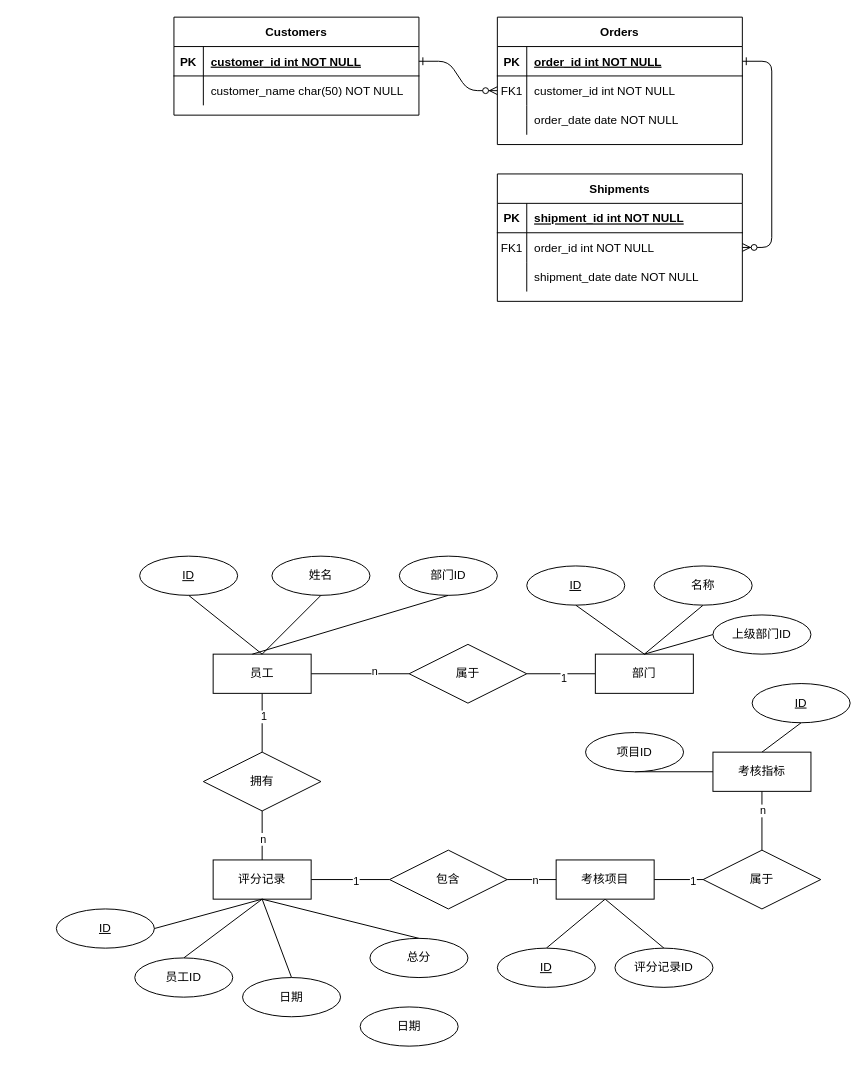
Earlier version of the draw.io diagram 未命名绘图.drawio (jcohy/drawio). Source tidied: cells renumbered, new cells numbered last; positions are measured from the earlier drawing's top-left corner, leaving out a move shared by most shapes. Both pictures are drawn from the tidied source at 98%, with x=0, y=0 at pixel (56, 17).
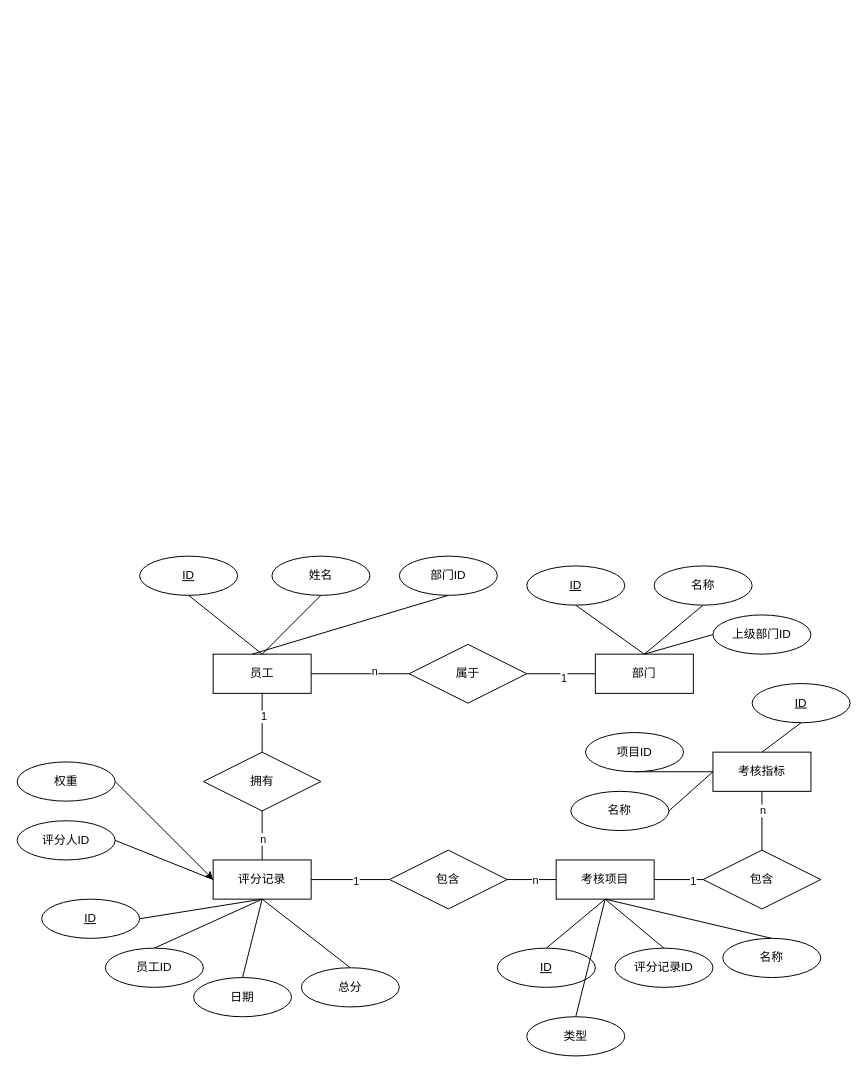
The same diagram, later.

Commit message (it also covers changes not shown here):
更新未命名绘图.drawio

Unchanged cells that the change refers to:
```xml
<mxCell id="44" value="评分记录" style="whiteSpace=wrap;html=1;align=center;" parent="1" vertex="1">
  <mxGeometry x="160" y="860" width="100" height="40" as="geometry" />
</mxCell>
<mxCell id="47" value="考核指标" style="whiteSpace=wrap;html=1;align=center;" parent="1" vertex="1">
  <mxGeometry x="670" y="750" width="100" height="40" as="geometry" />
</mxCell>
<mxCell id="65" value="考核项目" style="whiteSpace=wrap;html=1;align=center;" parent="1" vertex="1">
  <mxGeometry x="510" y="860" width="100" height="40" as="geometry" />
</mxCell>
```

Change to the diagram source:
```diff
@@
-    <mxCell id="2" style="edgeStyle=entityRelationEdgeStyle;endArrow=ERzeroToMany;startArrow=ERone;endFill=1;startFill=0;" parent="1" edge="1" source="25" target="8">
-      <mxGeometry relative="1" as="geometry" />
-    </mxCell>
-    <mxCell id="3" style="edgeStyle=entityRelationEdgeStyle;endArrow=ERzeroToMany;startArrow=ERone;endFill=1;startFill=0;" parent="1" edge="1" source="5" target="18">
-      <mxGeometry relative="1" as="geometry" />
-    </mxCell>
-    <mxCell id="4" value="Orders" style="shape=table;startSize=30;childLayout=tableLayout;rowLines=0;fontStyle=1;align=center;" parent="1" vertex="1">
-      <mxGeometry x="450" width="250" height="130" as="geometry" />
-    </mxCell>
-    <mxCell id="5" style="shape=partialRectangle;fillColor=none;points=[[0,0.5],[1,0.5]];portConstraint=eastwest;top=0;left=0;right=0;bottom=1;" parent="4" vertex="1">
-      <mxGeometry y="30" width="250" height="30" as="geometry" />
-    </mxCell>
-    <mxCell id="6" value="PK" style="shape=partialRectangle;overflow=hidden;fillColor=none;top=0;left=0;bottom=0;right=0;fontStyle=1;" parent="5" vertex="1">
-      <mxGeometry width="30" height="30" as="geometry" />
-    </mxCell>
-    <mxCell id="7" value="order_id int NOT NULL " style="shape=partialRectangle;overflow=hidden;fillColor=none;top=0;left=0;bottom=0;right=0;align=left;spacingLeft=6;fontStyle=5;" parent="5" vertex="1">
-      <mxGeometry x="30" width="220" height="30" as="geometry" />
-    </mxCell>
-    <mxCell id="8" style="shape=partialRectangle;fillColor=none;points=[[0,0.5],[1,0.5]];portConstraint=eastwest;top=0;left=0;right=0;bottom=0;" parent="4" vertex="1">
-      <mxGeometry y="60" width="250" height="30" as="geometry" />
-    </mxCell>
-    <mxCell id="9" value="FK1" style="shape=partialRectangle;overflow=hidden;fillColor=none;top=0;left=0;bottom=0;right=0;" parent="8" vertex="1">
-      <mxGeometry width="30" height="30" as="geometry" />
-    </mxCell>
-    <mxCell id="10" value="customer_id int NOT NULL" style="shape=partialRectangle;overflow=hidden;fillColor=none;top=0;left=0;bottom=0;right=0;align=left;spacingLeft=6;" parent="8" vertex="1">
-      <mxGeometry x="30" width="220" height="30" as="geometry" />
-    </mxCell>
-    <mxCell id="11" style="shape=partialRectangle;fillColor=none;top=0;left=0;right=0;bottom=0;" parent="4" vertex="1">
-      <mxGeometry y="90" width="250" height="30" as="geometry" />
-    </mxCell>
-    <mxCell id="12" style="shape=partialRectangle;overflow=hidden;fillColor=none;top=0;left=0;bottom=0;right=0;" parent="11" vertex="1">
-      <mxGeometry width="30" height="30" as="geometry" />
-    </mxCell>
-    <mxCell id="13" value="order_date date NOT NULL" style="shape=partialRectangle;overflow=hidden;fillColor=none;top=0;left=0;bottom=0;right=0;align=left;spacingLeft=6;" parent="11" vertex="1">
-      <mxGeometry x="30" width="220" height="30" as="geometry" />
-    </mxCell>
-    <mxCell id="14" value="Shipments" style="shape=table;startSize=30;childLayout=tableLayout;rowLines=0;fontStyle=1;align=center;" parent="1" vertex="1">
-      <mxGeometry x="450" y="160" width="250" height="130" as="geometry" />
-    </mxCell>
-    <mxCell id="15" style="shape=partialRectangle;fillColor=none;top=0;left=0;right=0;bottom=1;" parent="14" vertex="1">
-      <mxGeometry y="30" width="250" height="30" as="geometry" />
-    </mxCell>
-    <mxCell id="16" value="PK" style="shape=partialRectangle;overflow=hidden;fillColor=none;top=0;left=0;bottom=0;right=0;fontStyle=1;" parent="15" vertex="1">
-      <mxGeometry width="30" height="30" as="geometry" />
-    </mxCell>
-    <mxCell id="17" value="shipment_id int NOT NULL " style="shape=partialRectangle;overflow=hidden;fillColor=none;top=0;left=0;bottom=0;right=0;align=left;spacingLeft=6;fontStyle=5;" parent="15" vertex="1">
-      <mxGeometry x="30" width="220" height="30" as="geometry" />
-    </mxCell>
-    <mxCell id="18" style="shape=partialRectangle;fillColor=none;points=[[0,0.5],[1,0.5]];portConstraint=eastwest;top=0;left=0;right=0;bottom=0;" parent="14" vertex="1">
-      <mxGeometry y="60" width="250" height="30" as="geometry" />
-    </mxCell>
-    <mxCell id="19" value="FK1" style="shape=partialRectangle;overflow=hidden;fillColor=none;top=0;left=0;bottom=0;right=0;" parent="18" vertex="1">
-      <mxGeometry width="30" height="30" as="geometry" />
-    </mxCell>
-    <mxCell id="20" value="order_id int NOT NULL" style="shape=partialRectangle;overflow=hidden;fillColor=none;top=0;left=0;bottom=0;right=0;align=left;spacingLeft=6;" parent="18" vertex="1">
-      <mxGeometry x="30" width="220" height="30" as="geometry" />
-    </mxCell>
-    <mxCell id="21" style="shape=partialRectangle;fillColor=none;top=0;left=0;right=0;bottom=0;" parent="14" vertex="1">
-      <mxGeometry y="90" width="250" height="30" as="geometry" />
-    </mxCell>
-    <mxCell id="22" style="shape=partialRectangle;overflow=hidden;fillColor=none;top=0;left=0;bottom=0;right=0;" parent="21" vertex="1">
-      <mxGeometry width="30" height="30" as="geometry" />
-    </mxCell>
-    <mxCell id="23" value="shipment_date date NOT NULL" style="shape=partialRectangle;overflow=hidden;fillColor=none;top=0;left=0;bottom=0;right=0;align=left;spacingLeft=6;" parent="21" vertex="1">
-      <mxGeometry x="30" width="220" height="30" as="geometry" />
-    </mxCell>
-    <mxCell id="24" value="Customers" style="shape=table;startSize=30;childLayout=tableLayout;rowLines=0;fontStyle=1;align=center;" parent="1" vertex="1">
-      <mxGeometry x="120" width="250" height="100" as="geometry" />
-    </mxCell>
-    <mxCell id="25" style="shape=partialRectangle;fillColor=none;points=[[0,0.5],[1,0.5]];portConstraint=eastwest;top=0;left=0;right=0;bottom=1;" parent="24" vertex="1">
-      <mxGeometry y="30" width="250" height="30" as="geometry" />
-    </mxCell>
-    <mxCell id="26" value="PK" style="shape=partialRectangle;overflow=hidden;fillColor=none;top=0;left=0;bottom=0;right=0;fontStyle=1;" parent="25" vertex="1">
-      <mxGeometry width="30" height="30" as="geometry" />
-    </mxCell>
-    <mxCell id="27" value="customer_id int NOT NULL " style="shape=partialRectangle;overflow=hidden;fillColor=none;top=0;left=0;bottom=0;right=0;align=left;spacingLeft=6;fontStyle=5;" parent="25" vertex="1">
-      <mxGeometry x="30" width="220" height="30" as="geometry" />
-    </mxCell>
-    <mxCell id="28" style="shape=partialRectangle;fillColor=none;top=0;left=0;right=0;bottom=0;" parent="24" vertex="1">
-      <mxGeometry y="60" width="250" height="30" as="geometry" />
-    </mxCell>
-    <mxCell id="29" style="shape=partialRectangle;overflow=hidden;fillColor=none;top=0;left=0;bottom=0;right=0;" parent="28" vertex="1">
-      <mxGeometry width="30" height="30" as="geometry" />
-    </mxCell>
-    <mxCell id="30" value="customer_name char(50) NOT NULL" style="shape=partialRectangle;overflow=hidden;fillColor=none;top=0;left=0;bottom=0;right=0;align=left;spacingLeft=6;" parent="28" vertex="1">
-      <mxGeometry x="30" width="220" height="30" as="geometry" />
-    </mxCell>
@@
     <mxCell id="49" value="ID" style="ellipse;whiteSpace=wrap;html=1;align=center;fontStyle=4;" parent="1" vertex="1">
-      <mxGeometry y="910" width="100" height="40" as="geometry" />
+      <mxGeometry x="-15" y="900" width="100" height="40" as="geometry" />
     </mxCell>
@@
     <mxCell id="67" value="员工ID" style="ellipse;whiteSpace=wrap;html=1;align=center;" parent="1" vertex="1">
-      <mxGeometry x="80" y="960" width="100" height="40" as="geometry" />
+      <mxGeometry x="50" y="950" width="100" height="40" as="geometry" />
     </mxCell>
@@
     <mxCell id="69" value="日期" style="ellipse;whiteSpace=wrap;html=1;align=center;" parent="1" vertex="1">
-      <mxGeometry x="190" y="980" width="100" height="40" as="geometry" />
+      <mxGeometry x="140" y="980" width="100" height="40" as="geometry" />
     </mxCell>
@@
     <mxCell id="71" value="总分" style="ellipse;whiteSpace=wrap;html=1;align=center;" parent="1" vertex="1">
-      <mxGeometry x="320" y="940" width="100" height="40" as="geometry" />
+      <mxGeometry x="250" y="970" width="100" height="40" as="geometry" />
     </mxCell>
@@
-    <mxCell id="80" value="属于" style="shape=rhombus;perimeter=rhombusPerimeter;whiteSpace=wrap;html=1;align=center;" parent="1" vertex="1">
+    <mxCell id="80" value="包含" style="shape=rhombus;perimeter=rhombusPerimeter;whiteSpace=wrap;html=1;align=center;" parent="1" vertex="1">
       <mxGeometry x="660" y="850" width="120" height="60" as="geometry" />
     </mxCell>
@@
-    <mxCell id="82" value="日期" style="ellipse;whiteSpace=wrap;html=1;align=center;" parent="1" vertex="1">
-      <mxGeometry x="310" y="1010" width="100" height="40" as="geometry" />
-    </mxCell>
@@
+    <mxCell id="85" value="名称" style="ellipse;whiteSpace=wrap;html=1;align=center;" parent="1" vertex="1">
+      <mxGeometry x="525" y="790" width="100" height="40" as="geometry" />
+    </mxCell>
+    <mxCell id="86" value="名称" style="ellipse;whiteSpace=wrap;html=1;align=center;" parent="1" vertex="1">
+      <mxGeometry x="680" y="940" width="100" height="40" as="geometry" />
+    </mxCell>
+    <mxCell id="87" style="endArrow=none;html=1;rounded=0;entryX=0.5;entryY=0;entryDx=0;entryDy=0;" parent="1" edge="1" target="86">
+      <mxGeometry relative="1" as="geometry">
+        <mxPoint x="560" y="900" as="sourcePoint" />
+      </mxGeometry>
+    </mxCell>
+    <mxCell id="88" style="endArrow=none;html=1;rounded=0;entryX=0;entryY=0.5;entryDx=0;entryDy=0;exitX=1;exitY=0.5;exitDx=0;exitDy=0;" parent="1" edge="1" source="85" target="47">
+      <mxGeometry relative="1" as="geometry" />
+    </mxCell>
+    <mxCell id="89" value="类型" style="ellipse;whiteSpace=wrap;html=1;align=center;" parent="1" vertex="1">
+      <mxGeometry x="480" y="1020" width="100" height="40" as="geometry" />
+    </mxCell>
+    <mxCell id="90" style="endArrow=none;html=1;rounded=0;entryX=0.5;entryY=1;entryDx=0;entryDy=0;exitX=0.5;exitY=0;exitDx=0;exitDy=0;" parent="1" edge="1" source="89" target="65">
+      <mxGeometry relative="1" as="geometry" />
+    </mxCell>
+    <mxCell id="91" value="评分人ID" style="ellipse;whiteSpace=wrap;html=1;align=center;" parent="1" vertex="1">
+      <mxGeometry x="-40" y="820" width="100" height="40" as="geometry" />
+    </mxCell>
+    <mxCell id="92" style="endArrow=none;html=1;rounded=0;entryX=0;entryY=0.5;entryDx=0;entryDy=0;exitX=1;exitY=0.5;exitDx=0;exitDy=0;" parent="1" edge="1" source="91" target="44">
+      <mxGeometry relative="1" as="geometry" />
+    </mxCell>
+    <mxCell id="93" style="rounded=0;jettySize=auto;html=1;exitX=1;exitY=0.5;exitDx=0;exitDy=0;entryX=0;entryY=0.5;entryDx=0;entryDy=0;" parent="1" edge="1" source="94" target="44">
+      <mxGeometry relative="1" as="geometry" />
+    </mxCell>
+    <mxCell id="94" value="权重" style="ellipse;whiteSpace=wrap;html=1;align=center;" parent="1" vertex="1">
+      <mxGeometry x="-40" y="760" width="100" height="40" as="geometry" />
+    </mxCell>
```
